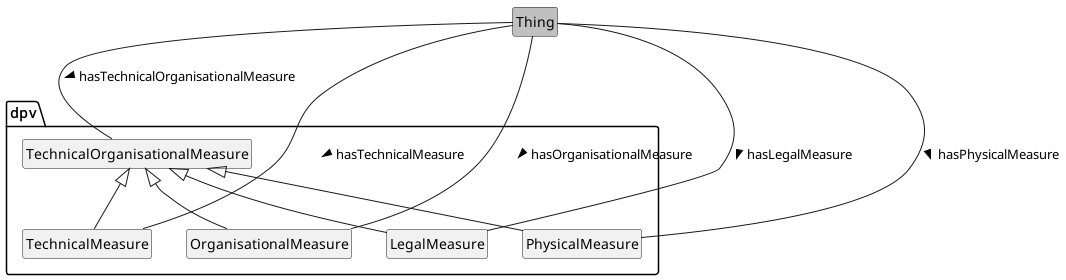
The PlantUML diagram media/overview_TechnicalOrganisationalMeasure.png in jeswr/dpv, before a commit.
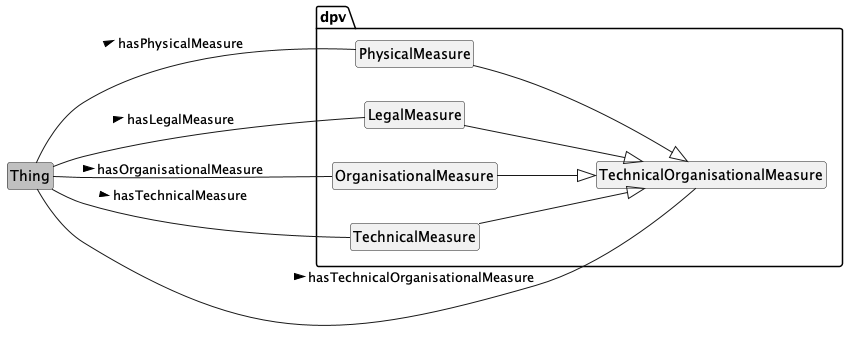
After the change.

What changed in the source:
```diff
@@ -1,6 +1,7 @@
 @startuml
+
 !include style.plantuml
-top to bottom direction
+left to right direction
 
 class Thing #silver
 package dpv {
@@ -11,10 +12,10 @@
 	class PhysicalMeasure
 }
 
-TechnicalOrganisationalMeasure <|-- TechnicalMeasure
-TechnicalOrganisationalMeasure <|-- OrganisationalMeasure
-TechnicalOrganisationalMeasure <|-- LegalMeasure
-TechnicalOrganisationalMeasure <|-- PhysicalMeasure
+TechnicalOrganisationalMeasure <|-u- TechnicalMeasure
+TechnicalOrganisationalMeasure <|-u- OrganisationalMeasure
+TechnicalOrganisationalMeasure <|-u- LegalMeasure
+TechnicalOrganisationalMeasure <|-u- PhysicalMeasure
 
 Thing -- TechnicalOrganisationalMeasure : hasTechnicalOrganisationalMeasure >
 Thing -- OrganisationalMeasure : hasOrganisationalMeasure >
```
